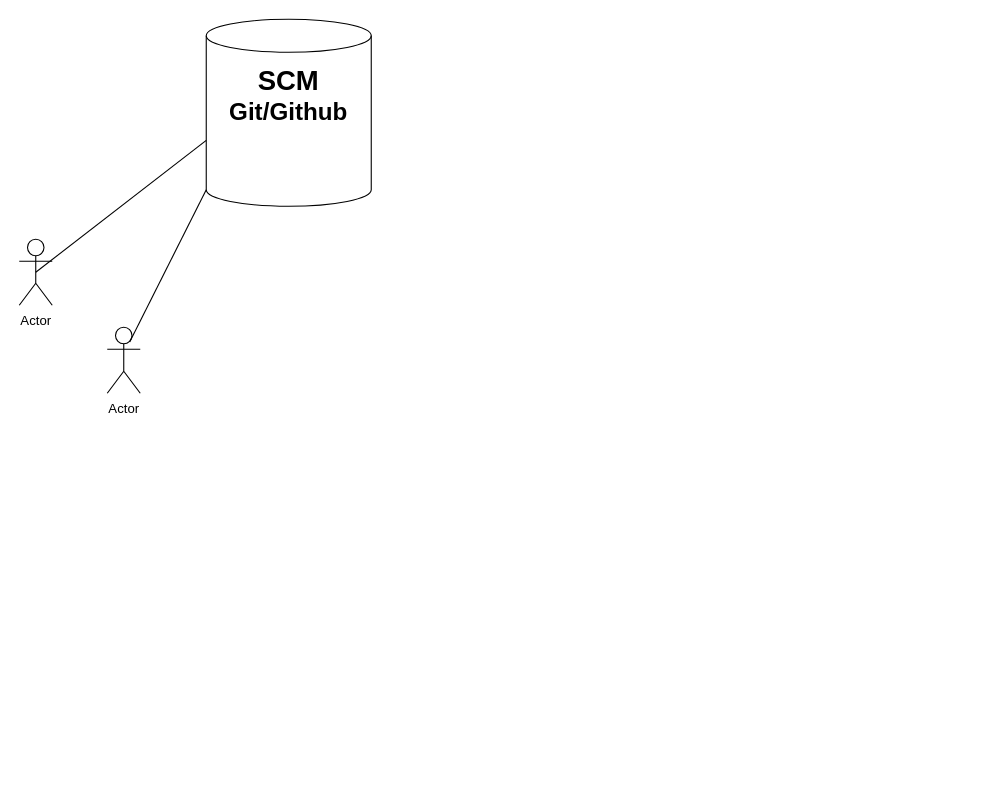
Before: Practice.drawio in Landmark80/Tesla, a draw.io diagram. Source tidied: cells renumbered, new cells numbered last; positions are measured from the earlier drawing's top-left corner, leaving out a move shared by most shapes. Both pictures are drawn from the tidied source at 110%, with x=0, y=0 at pixel (19, 19).
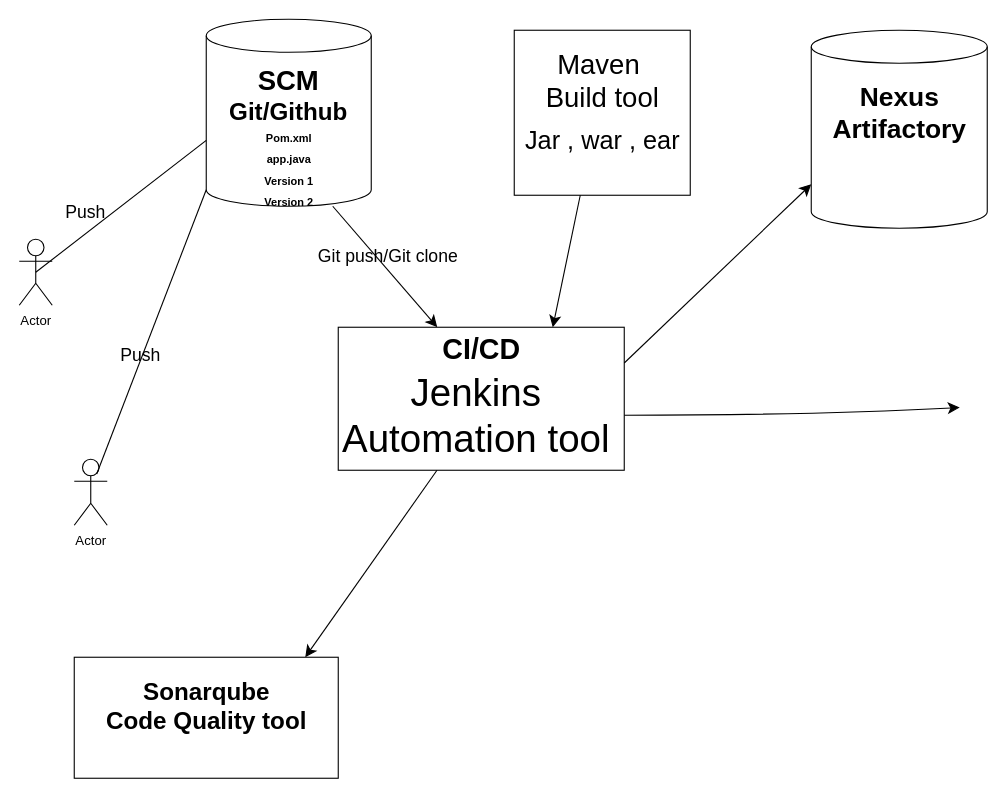
After the change.

What changed in the source:
```diff
@@
+    <mxCell id="9" value="Push" style="text;html=1;align=center;verticalAlign=middle;strokeColor=none;fillColor=none;fontSize=16;" parent="1" vertex="1">
+      <mxGeometry x="30" y="160" width="60" height="30" as="geometry" />
+    </mxCell>
@@
     <mxCell id="5" value="Actor" style="shape=umlActor;verticalLabelPosition=bottom;verticalAlign=top;html=1;outlineConnect=0;" parent="1" vertex="1">
-      <mxGeometry x="80" y="280" width="30" height="60" as="geometry" />
+      <mxGeometry x="50" y="400" width="30" height="60" as="geometry" />
     </mxCell>
@@
+    <mxCell id="10" style="edgeStyle=none;orthogonalLoop=1;jettySize=auto;html=1;rounded=0;fontSize=12;startSize=8;endSize=8;curved=1;" parent="1" edge="1">
+      <mxGeometry relative="1" as="geometry">
+        <mxPoint x="285" y="170" as="sourcePoint" />
+        <mxPoint x="380" y="280" as="targetPoint" />
+      </mxGeometry>
+    </mxCell>
+    <mxCell id="11" style="whiteSpace=wrap;html=1;fontSize=16;" parent="1" vertex="1">
+      <mxGeometry x="290" y="280" width="260" height="130" as="geometry" />
+    </mxCell>
+    <mxCell id="12" value="Jenkins&lt;br style=&quot;font-size: 35px;&quot;&gt;Automation tool" style="text;html=1;align=center;verticalAlign=middle;points=[];strokeColor=none;fillColor=none;fontSize=35;" parent="1" vertex="1">
+      <mxGeometry x="280" y="310" width="270" height="100" as="geometry" />
+    </mxCell>
+    <mxCell id="13" value="&lt;font style=&quot;font-size: 26px;&quot;&gt;CI/CD&lt;/font&gt;" style="text;html=1;align=center;verticalAlign=middle;strokeColor=none;fillColor=none;fontSize=16;fontStyle=1;" parent="1" vertex="1">
+      <mxGeometry x="375" y="280" width="90" height="40" as="geometry" />
+    </mxCell>
+    <mxCell id="14" value="Git push/Git clone" style="text;html=1;align=center;verticalAlign=middle;strokeColor=none;fillColor=none;fontSize=16;" parent="1" vertex="1">
+      <mxGeometry x="260" y="200" width="150" height="30" as="geometry" />
+    </mxCell>
+    <mxCell id="15" style="edgeStyle=none;jettySize=auto;html=1;rounded=0;fontSize=12;startSize=8;endSize=8;curved=1;" parent="1" edge="1" source="12">
+      <mxGeometry relative="1" as="geometry">
+        <mxPoint x="260" y="580" as="targetPoint" />
+      </mxGeometry>
+    </mxCell>
+    <mxCell id="16" style="whiteSpace=wrap;html=1;fontSize=16;" parent="1" vertex="1">
+      <mxGeometry x="450" y="10" width="160" height="150" as="geometry" />
+    </mxCell>
+    <mxCell id="17" style="whiteSpace=wrap;html=1;fontSize=16;" parent="1" vertex="1">
+      <mxGeometry x="50" y="580" width="240" height="110" as="geometry" />
+    </mxCell>
+    <mxCell id="18" value="&lt;font style=&quot;font-size: 22px;&quot;&gt;&lt;b&gt;Sonarqube&lt;br&gt;Code Quality tool&lt;/b&gt;&lt;/font&gt;" style="text;html=1;align=center;verticalAlign=middle;strokeColor=none;fillColor=none;fontSize=16;" parent="1" vertex="1">
+      <mxGeometry x="75" y="590" width="190" height="70" as="geometry" />
+    </mxCell>
+    <mxCell id="19" value="&lt;font style=&quot;font-size: 25px;&quot;&gt;Maven&amp;nbsp;&lt;br&gt;Build tool&lt;/font&gt;" style="text;html=1;align=center;verticalAlign=middle;strokeColor=none;fillColor=none;fontSize=16;" parent="1" vertex="1">
+      <mxGeometry x="465" y="20" width="130" height="70" as="geometry" />
+    </mxCell>
+    <mxCell id="20" value="&lt;font style=&quot;font-size: 23px;&quot;&gt;Jar , war , ear&lt;/font&gt;" style="text;html=1;align=center;verticalAlign=middle;strokeColor=none;fillColor=none;fontSize=16;" parent="1" vertex="1">
+      <mxGeometry x="450" y="90" width="160" height="40" as="geometry" />
+    </mxCell>
+    <mxCell id="21" style="edgeStyle=none;jettySize=auto;html=1;rounded=0;fontSize=12;startSize=8;endSize=8;curved=1;entryX=0.75;entryY=0;entryDx=0;entryDy=0;" parent="1" edge="1" target="11">
+      <mxGeometry relative="1" as="geometry">
+        <mxPoint x="510" y="160" as="sourcePoint" />
+      </mxGeometry>
+    </mxCell>
+    <mxCell id="22" value="&lt;font style=&quot;font-size: 10px;&quot;&gt;&lt;b&gt;Pom.xml&lt;br&gt;app.java&lt;br&gt;Version 1&lt;br&gt;Version 2&lt;/b&gt;&lt;/font&gt;" style="text;html=1;align=center;verticalAlign=middle;strokeColor=none;fillColor=none;fontSize=16;" parent="1" vertex="1">
+      <mxGeometry x="210" y="90" width="70" height="90" as="geometry" />
+    </mxCell>
+    <mxCell id="23" value="Push" style="text;html=1;align=center;verticalAlign=middle;strokeColor=none;fillColor=none;fontSize=16;" parent="1" vertex="1">
+      <mxGeometry x="80" y="290" width="60" height="30" as="geometry" />
+    </mxCell>
+    <mxCell id="24" style="edgeStyle=none;jettySize=auto;html=1;rounded=0;fontSize=12;startSize=8;endSize=8;curved=1;exitX=1;exitY=0.25;exitDx=0;exitDy=0;" parent="1" edge="1" source="11">
+      <mxGeometry relative="1" as="geometry">
+        <mxPoint x="720" y="150" as="targetPoint" />
+      </mxGeometry>
+    </mxCell>
+    <mxCell id="25" style="shape=cylinder3;whiteSpace=wrap;html=1;boundedLbl=1;backgroundOutline=1;size=15;" parent="1" vertex="1">
+      <mxGeometry x="720" y="10" width="160" height="180" as="geometry" />
+    </mxCell>
+    <mxCell id="26" value="&lt;font style=&quot;font-size: 24px;&quot;&gt;&lt;b&gt;Nexus&lt;br&gt;Artifactory&lt;/b&gt;&lt;/font&gt;" style="text;html=1;align=center;verticalAlign=middle;strokeColor=none;fillColor=none;fontSize=16;" parent="1" vertex="1">
+      <mxGeometry x="730" y="50" width="140" height="70" as="geometry" />
+    </mxCell>
+    <mxCell id="27" style="edgeStyle=none;jettySize=auto;html=1;rounded=0;fontSize=12;startSize=8;endSize=8;curved=1;exitX=1;exitY=0.5;exitDx=0;exitDy=0;exitPerimeter=0;" parent="1" edge="1" source="12">
+      <mxGeometry relative="1" as="geometry">
+        <mxPoint x="855" y="353" as="targetPoint" />
+        <Array as="points">
+          <mxPoint x="720" y="360" />
+        </Array>
+      </mxGeometry>
+    </mxCell>
```
